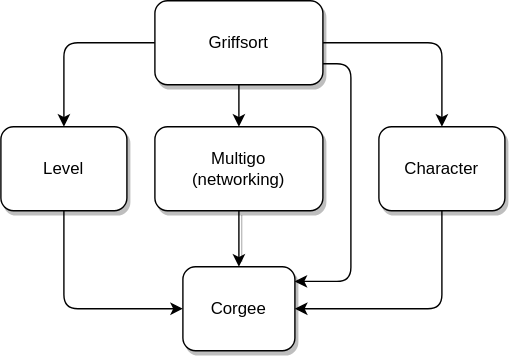
Before: docs/crates_hierarchie.drawio.svg, a diagram exported from draw.io (Sigzaa/Griffsort-Bevy). Source tidied: cells renumbered, new cells last; positions are measured from the earlier drawing's top-left corner, leaving out a move shared by most shapes.
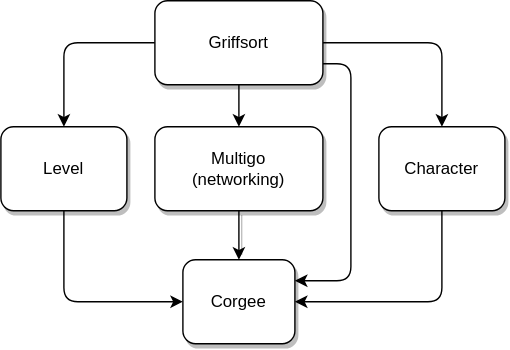
The same file after the commit.

Diff of the diagram source:
```diff
@@ -11,7 +11,7 @@
     <mxCell id="4" style="edgeStyle=orthogonalEdgeStyle;html=1;entryX=0.5;entryY=0;entryDx=0;entryDy=0;strokeColor=default;exitX=1;exitY=0.5;exitDx=0;exitDy=0;rounded=1;" parent="1" edge="1" source="6" target="13">
       <mxGeometry relative="1" as="geometry" />
     </mxCell>
-    <mxCell id="5" style="edgeStyle=orthogonalEdgeStyle;rounded=1;html=1;exitX=1;exitY=0.75;exitDx=0;exitDy=0;entryX=0.997;entryY=0.175;entryDx=0;entryDy=0;entryPerimeter=0;" parent="1" edge="1" source="6" target="11">
+    <mxCell id="5" style="edgeStyle=orthogonalEdgeStyle;rounded=1;html=1;exitX=1;exitY=0.75;exitDx=0;exitDy=0;entryX=1;entryY=0.25;entryDx=0;entryDy=0;" parent="1" edge="1" source="6" target="11">
       <mxGeometry relative="1" as="geometry">
         <Array as="points">
           <mxPoint x="250" y="45" />
@@ -35,7 +35,7 @@
       <mxGeometry x="110" y="90" width="120" height="60" as="geometry" />
     </mxCell>
     <mxCell id="11" value="Corgee" style="whiteSpace=wrap;html=1;shadow=1;rounded=1;glass=0;" parent="1" vertex="1">
-      <mxGeometry x="130" y="190" width="80" height="60" as="geometry" />
+      <mxGeometry x="130" y="185" width="80" height="60" as="geometry" />
     </mxCell>
     <mxCell id="12" style="edgeStyle=orthogonalEdgeStyle;html=1;entryX=1;entryY=0.5;entryDx=0;entryDy=0;exitX=0.5;exitY=1;exitDx=0;exitDy=0;" parent="1" edge="1" source="13" target="11">
       <mxGeometry relative="1" as="geometry" />
```
